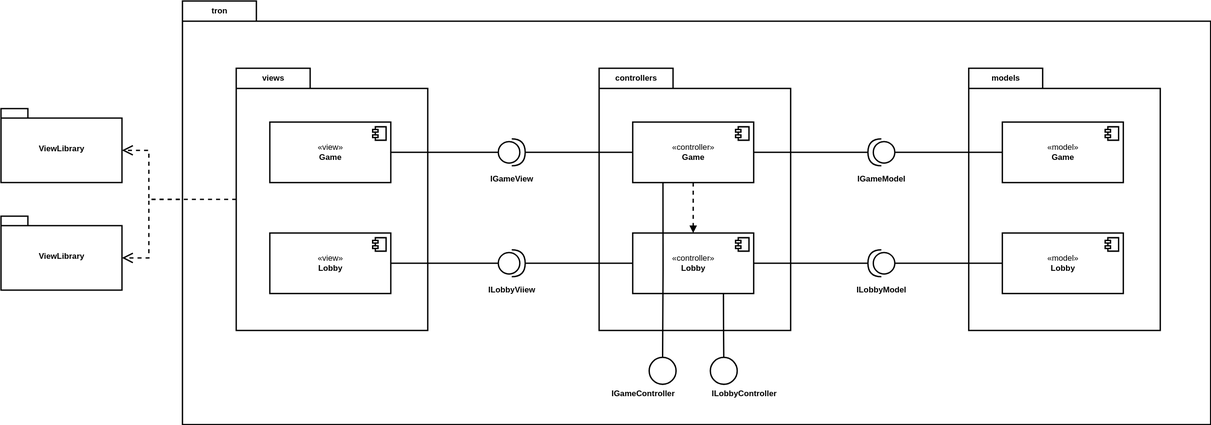
Above: docs/diagrams/application/ComponentDiagram.drawio.svg in HaniAlshikh/tron (draw.io), before the change. Source tidied: cells renumbered, new cells last; positions are measured from the earlier drawing's top-left corner, leaving out a move shared by most shapes.
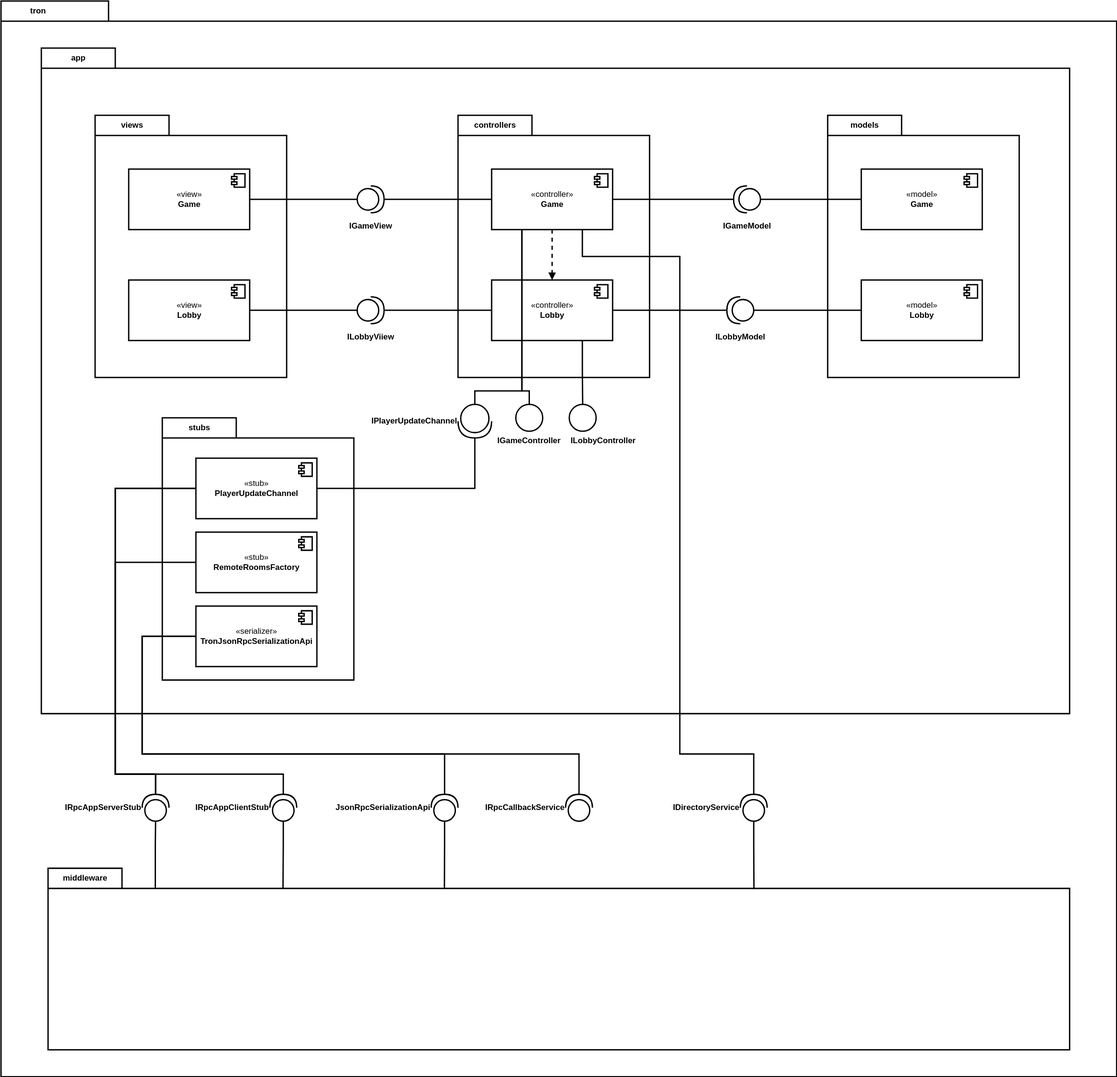
The same diagram one commit later.

Commit message:
Reworked Application Docs and added more Diagrams

What changed in the source:
```diff
@@ -2,16 +2,16 @@
   <root>
     <mxCell id="0" />
     <mxCell id="1" parent="0" />
-    <mxCell id="2" style="edgeStyle=orthogonalEdgeStyle;rounded=0;html=1;entryX=0;entryY=0;entryDx=180;entryDy=62;entryPerimeter=0;dashed=1;endArrow=open;endSize=12;strokeWidth=2;" parent="1" edge="1" source="4" target="36">
-      <mxGeometry relative="1" as="geometry">
-        <Array as="points">
-          <mxPoint x="220" y="295" />
-          <mxPoint x="220" y="222" />
-        </Array>
-      </mxGeometry>
-    </mxCell>
+    <mxCell id="39" value="tron" style="shape=folder;fontStyle=1;tabWidth=110;tabHeight=30;tabPosition=left;html=1;boundedLbl=1;labelInHeader=1;strokeWidth=2;" parent="1" vertex="1">
+      <mxGeometry x="10" y="740" width="1660" height="1600" as="geometry" />
+    </mxCell>
+    <mxCell id="40" style="edgeStyle=orthogonalEdgeStyle;rounded=0;html=1;entryX=0.5;entryY=0;entryDx=0;entryDy=0;endArrow=block;endFill=1;strokeWidth=2;dashed=1;" parent="39" edge="1">
+      <mxGeometry relative="1" as="geometry">
+        <mxPoint x="140" y="245" as="targetPoint" />
+      </mxGeometry>
+    </mxCell>
-    <mxCell id="3" value="tron" style="shape=folder;fontStyle=1;tabWidth=110;tabHeight=30;tabPosition=left;html=1;boundedLbl=1;labelInHeader=1;strokeWidth=2;" parent="1" vertex="1">
-      <mxGeometry x="270" width="1530" height="630" as="geometry" />
+    <mxCell id="3" value="app" style="shape=folder;fontStyle=1;tabWidth=110;tabHeight=30;tabPosition=left;html=1;boundedLbl=1;labelInHeader=1;strokeWidth=2;" parent="39" vertex="1">
+      <mxGeometry x="60" y="70" width="1530" height="990" as="geometry" />
     </mxCell>
     <mxCell id="4" value="views" style="shape=folder;fontStyle=1;tabWidth=110;tabHeight=30;tabPosition=left;html=1;boundedLbl=1;labelInHeader=1;strokeWidth=2;" parent="3" vertex="1">
       <mxGeometry x="80" y="100" width="285" height="390" as="geometry" />
@@ -82,11 +82,16 @@
     <mxCell id="22" style="edgeStyle=orthogonalEdgeStyle;rounded=0;html=1;entryX=0;entryY=0.5;entryDx=0;entryDy=0;entryPerimeter=0;endArrow=none;endFill=0;strokeWidth=2;" parent="3" edge="1" source="5" target="20">
       <mxGeometry relative="1" as="geometry" />
     </mxCell>
-    <mxCell id="23" value="&lt;b&gt;IGameController&lt;/b&gt;" style="ellipse;whiteSpace=wrap;html=1;strokeWidth=2;verticalAlign=top;labelPosition=center;verticalLabelPosition=bottom;align=right;" parent="3" vertex="1">
-      <mxGeometry x="694.5" y="530" width="40" height="40" as="geometry" />
+    <mxCell id="23" value="&lt;b&gt;IGameController&lt;/b&gt;" style="ellipse;whiteSpace=wrap;html=1;strokeWidth=2;verticalAlign=top;labelPosition=center;verticalLabelPosition=bottom;align=center;" parent="3" vertex="1">
+      <mxGeometry x="706" y="530" width="40" height="40" as="geometry" />
     </mxCell>
     <mxCell id="24" style="edgeStyle=orthogonalEdgeStyle;rounded=0;html=1;entryX=0.5;entryY=0;entryDx=0;entryDy=0;endArrow=none;endFill=0;strokeWidth=2;exitX=0.25;exitY=1;exitDx=0;exitDy=0;" parent="3" edge="1" source="11" target="23">
-      <mxGeometry relative="1" as="geometry" />
+      <mxGeometry relative="1" as="geometry">
+        <Array as="points">
+          <mxPoint x="715" y="510" />
+          <mxPoint x="726" y="510" />
+        </Array>
+      </mxGeometry>
     </mxCell>
     <mxCell id="25" value="&lt;b&gt;ILobbyController&lt;/b&gt;" style="ellipse;whiteSpace=wrap;html=1;strokeWidth=2;verticalAlign=top;labelPosition=center;verticalLabelPosition=bottom;align=left;" parent="3" vertex="1">
       <mxGeometry x="785.5" y="530" width="40" height="40" as="geometry" />
@@ -94,46 +99,158 @@
     <mxCell id="26" style="edgeStyle=orthogonalEdgeStyle;rounded=0;html=1;entryX=0.5;entryY=0;entryDx=0;entryDy=0;endArrow=none;endFill=0;strokeWidth=2;exitX=0.75;exitY=1;exitDx=0;exitDy=0;" parent="3" edge="1" source="13" target="25">
       <mxGeometry relative="1" as="geometry" />
     </mxCell>
-    <mxCell id="27" value="&lt;b&gt;IGameModel&lt;/b&gt;" style="shape=providedRequiredInterface;html=1;verticalLabelPosition=bottom;strokeWidth=2;direction=west;" parent="1" vertex="1">
-      <mxGeometry x="1290" y="205" width="40" height="40" as="geometry" />
-    </mxCell>
-    <mxCell id="28" value="&lt;b&gt;ILobbyViiew&lt;/b&gt;" style="shape=providedRequiredInterface;html=1;verticalLabelPosition=bottom;strokeWidth=2;direction=east;" parent="1" vertex="1">
-      <mxGeometry x="740" y="370" width="40" height="40" as="geometry" />
+    <mxCell id="28" value="&lt;b&gt;ILobbyViiew&lt;/b&gt;" style="shape=providedRequiredInterface;html=1;verticalLabelPosition=bottom;strokeWidth=2;direction=east;" parent="3" vertex="1">
+      <mxGeometry x="470" y="370" width="40" height="40" as="geometry" />
     </mxCell>
-    <mxCell id="29" style="edgeStyle=orthogonalEdgeStyle;rounded=0;html=1;entryX=0;entryY=0.5;entryDx=0;entryDy=0;entryPerimeter=0;endArrow=none;endFill=0;strokeWidth=2;" parent="1" edge="1" source="7" target="28">
+    <mxCell id="29" style="edgeStyle=orthogonalEdgeStyle;rounded=0;html=1;entryX=0;entryY=0.5;entryDx=0;entryDy=0;entryPerimeter=0;endArrow=none;endFill=0;strokeWidth=2;" parent="3" edge="1" source="7" target="28">
       <mxGeometry relative="1" as="geometry" />
     </mxCell>
-    <mxCell id="30" style="edgeStyle=orthogonalEdgeStyle;rounded=0;html=1;entryX=1;entryY=0.5;entryDx=0;entryDy=0;entryPerimeter=0;endArrow=none;endFill=0;strokeWidth=2;" parent="1" edge="1" source="13" target="28">
+    <mxCell id="30" style="edgeStyle=orthogonalEdgeStyle;rounded=0;html=1;entryX=1;entryY=0.5;entryDx=0;entryDy=0;entryPerimeter=0;endArrow=none;endFill=0;strokeWidth=2;" parent="3" edge="1" source="13" target="28">
       <mxGeometry relative="1" as="geometry" />
     </mxCell>
-    <mxCell id="31" style="edgeStyle=orthogonalEdgeStyle;rounded=0;html=1;entryX=1;entryY=0.5;entryDx=0;entryDy=0;entryPerimeter=0;endArrow=none;endFill=0;strokeWidth=2;" parent="1" edge="1" source="11" target="27">
-      <mxGeometry relative="1" as="geometry" />
-    </mxCell>
-    <mxCell id="32" style="edgeStyle=orthogonalEdgeStyle;rounded=0;html=1;entryX=0;entryY=0.5;entryDx=0;entryDy=0;entryPerimeter=0;endArrow=none;endFill=0;strokeWidth=2;" parent="1" edge="1" source="16" target="27">
-      <mxGeometry relative="1" as="geometry" />
-    </mxCell>
-    <mxCell id="33" value="&lt;b&gt;ILobbyModel&lt;/b&gt;" style="shape=providedRequiredInterface;html=1;verticalLabelPosition=bottom;strokeWidth=2;direction=west;" parent="1" vertex="1">
-      <mxGeometry x="1290" y="370" width="40" height="40" as="geometry" />
+    <mxCell id="33" value="&lt;b&gt;ILobbyModel&lt;/b&gt;" style="shape=providedRequiredInterface;html=1;verticalLabelPosition=bottom;strokeWidth=2;direction=west;" parent="3" vertex="1">
+      <mxGeometry x="1020" y="370" width="40" height="40" as="geometry" />
     </mxCell>
-    <mxCell id="34" style="edgeStyle=orthogonalEdgeStyle;rounded=0;html=1;entryX=0;entryY=0.5;entryDx=0;entryDy=0;entryPerimeter=0;endArrow=none;endFill=0;strokeWidth=2;" parent="1" edge="1" source="18" target="33">
+    <mxCell id="34" style="edgeStyle=orthogonalEdgeStyle;rounded=0;html=1;entryX=0;entryY=0.5;entryDx=0;entryDy=0;entryPerimeter=0;endArrow=none;endFill=0;strokeWidth=2;" parent="3" edge="1" source="18" target="33">
       <mxGeometry relative="1" as="geometry" />
     </mxCell>
-    <mxCell id="35" style="edgeStyle=orthogonalEdgeStyle;rounded=0;html=1;entryX=1;entryY=0.5;entryDx=0;entryDy=0;entryPerimeter=0;endArrow=none;endFill=0;strokeWidth=2;" parent="1" edge="1" source="13" target="33">
+    <mxCell id="35" style="edgeStyle=orthogonalEdgeStyle;rounded=0;html=1;entryX=1;entryY=0.5;entryDx=0;entryDy=0;entryPerimeter=0;endArrow=none;endFill=0;strokeWidth=2;" parent="3" edge="1" source="13" target="33">
       <mxGeometry relative="1" as="geometry" />
     </mxCell>
-    <mxCell id="36" value="ViewLibrary" style="shape=folder;fontStyle=1;spacingTop=10;tabWidth=40;tabHeight=14;tabPosition=left;html=1;strokeWidth=2;align=center;verticalAlign=middle;" parent="1" vertex="1">
-      <mxGeometry y="160" width="180" height="110" as="geometry" />
-    </mxCell>
-    <mxCell id="37" value="ViewLibrary" style="shape=folder;fontStyle=1;spacingTop=10;tabWidth=40;tabHeight=14;tabPosition=left;html=1;strokeWidth=2;align=center;verticalAlign=middle;" parent="1" vertex="1">
-      <mxGeometry y="320" width="180" height="110" as="geometry" />
-    </mxCell>
-    <mxCell id="38" style="edgeStyle=orthogonalEdgeStyle;rounded=0;html=1;entryX=0;entryY=0;entryDx=180;entryDy=62;entryPerimeter=0;dashed=1;endArrow=open;endSize=12;strokeWidth=2;" parent="1" edge="1" source="4" target="37">
-      <mxGeometry relative="1" as="geometry">
-        <Array as="points">
-          <mxPoint x="220" y="295" />
-          <mxPoint x="220" y="382" />
-        </Array>
-      </mxGeometry>
-    </mxCell>
+    <mxCell id="27" value="&lt;b&gt;IGameModel&lt;/b&gt;" style="shape=providedRequiredInterface;html=1;verticalLabelPosition=bottom;strokeWidth=2;direction=west;" parent="3" vertex="1">
+      <mxGeometry x="1030" y="205" width="40" height="40" as="geometry" />
+    </mxCell>
+    <mxCell id="31" style="edgeStyle=orthogonalEdgeStyle;rounded=0;html=1;entryX=1;entryY=0.5;entryDx=0;entryDy=0;entryPerimeter=0;endArrow=none;endFill=0;strokeWidth=2;" parent="3" edge="1" source="11" target="27">
+      <mxGeometry relative="1" as="geometry" />
+    </mxCell>
+    <mxCell id="32" style="edgeStyle=orthogonalEdgeStyle;rounded=0;html=1;entryX=0;entryY=0.5;entryDx=0;entryDy=0;entryPerimeter=0;endArrow=none;endFill=0;strokeWidth=2;" parent="3" edge="1" source="16" target="27">
+      <mxGeometry relative="1" as="geometry" />
+    </mxCell>
+    <mxCell id="41" value="stubs" style="shape=folder;fontStyle=1;tabWidth=110;tabHeight=30;tabPosition=left;html=1;boundedLbl=1;labelInHeader=1;strokeWidth=2;" parent="3" vertex="1">
+      <mxGeometry x="180" y="550" width="285" height="390" as="geometry" />
+    </mxCell>
+    <mxCell id="42" value="«stub»&lt;b&gt;&lt;br&gt;&lt;/b&gt;&lt;b&gt;PlayerUpdateChannel&lt;/b&gt;&lt;b&gt;&lt;br&gt;&lt;/b&gt;" style="html=1;strokeWidth=2;align=center;verticalAlign=middle;" parent="41" vertex="1">
+      <mxGeometry x="50" y="60" width="180" height="90" as="geometry" />
+    </mxCell>
+    <mxCell id="43" style="shape=module;jettyWidth=8;jettyHeight=4;strokeWidth=2;align=center;verticalAlign=middle;" parent="42" vertex="1">
+      <mxGeometry x="1" width="20" height="20" relative="1" as="geometry">
+        <mxPoint x="-27" y="7" as="offset" />
+      </mxGeometry>
+    </mxCell>
+    <mxCell id="44" value="«stub»&lt;br&gt;&lt;b&gt;RemoteRoomsFactory&lt;/b&gt;" style="html=1;strokeWidth=2;align=center;verticalAlign=middle;" parent="41" vertex="1">
+      <mxGeometry x="50" y="170" width="180" height="90" as="geometry" />
+    </mxCell>
+    <mxCell id="45" style="shape=module;jettyWidth=8;jettyHeight=4;strokeWidth=2;align=center;verticalAlign=middle;" parent="44" vertex="1">
+      <mxGeometry x="1" width="20" height="20" relative="1" as="geometry">
+        <mxPoint x="-27" y="7" as="offset" />
+      </mxGeometry>
+    </mxCell>
+    <mxCell id="46" value="«serializer»&lt;br&gt;&lt;b&gt;TronJsonRpcSerializationApi&lt;/b&gt;" style="html=1;strokeWidth=2;align=center;verticalAlign=middle;" parent="41" vertex="1">
+      <mxGeometry x="50" y="280" width="180" height="90" as="geometry" />
+    </mxCell>
+    <mxCell id="47" style="shape=module;jettyWidth=8;jettyHeight=4;strokeWidth=2;align=center;verticalAlign=middle;" parent="46" vertex="1">
+      <mxGeometry x="1" width="20" height="20" relative="1" as="geometry">
+        <mxPoint x="-27" y="7" as="offset" />
+      </mxGeometry>
+    </mxCell>
+    <mxCell id="48" style="edgeStyle=orthogonalEdgeStyle;shape=connector;rounded=0;html=1;labelBackgroundColor=default;fontFamily=Helvetica;fontSize=11;fontColor=default;endArrow=none;endFill=0;strokeColor=default;strokeWidth=2;exitX=0.25;exitY=1;exitDx=0;exitDy=0;entryX=0;entryY=0.5;entryDx=0;entryDy=0;entryPerimeter=0;" parent="3" edge="1" source="11" target="49">
+      <mxGeometry relative="1" as="geometry">
+        <Array as="points">
+          <mxPoint x="715" y="510" />
+          <mxPoint x="645" y="510" />
+        </Array>
+      </mxGeometry>
+    </mxCell>
+    <mxCell id="49" value="&lt;b&gt;IPlayerUpdateChannel&amp;nbsp;&amp;nbsp;&lt;/b&gt;" style="shape=providedRequiredInterface;html=1;verticalLabelPosition=middle;strokeWidth=2;direction=north;flipV=1;flipH=1;labelPosition=left;align=right;verticalAlign=middle;" parent="3" vertex="1">
+      <mxGeometry x="620" y="530" width="50" height="50" as="geometry" />
+    </mxCell>
+    <mxCell id="50" style="edgeStyle=orthogonalEdgeStyle;shape=connector;rounded=0;html=1;entryX=1;entryY=0.5;entryDx=0;entryDy=0;entryPerimeter=0;labelBackgroundColor=default;fontFamily=Helvetica;fontSize=11;fontColor=default;endArrow=none;endFill=0;strokeColor=default;strokeWidth=2;" parent="3" edge="1" source="42" target="49">
+      <mxGeometry relative="1" as="geometry" />
+    </mxCell>
+    <mxCell id="51" style="edgeStyle=orthogonalEdgeStyle;html=1;entryX=1;entryY=0.5;entryDx=0;entryDy=0;entryPerimeter=0;strokeWidth=2;rounded=0;exitX=0;exitY=0.5;exitDx=0;exitDy=0;endArrow=none;endFill=0;" parent="39" edge="1" source="42" target="54">
+      <mxGeometry relative="1" as="geometry">
+        <Array as="points">
+          <mxPoint x="170" y="725" />
+          <mxPoint x="170" y="1150" />
+          <mxPoint x="230" y="1150" />
+        </Array>
+      </mxGeometry>
+    </mxCell>
+    <mxCell id="52" style="edgeStyle=orthogonalEdgeStyle;shape=connector;rounded=0;html=1;entryX=0;entryY=0.5;entryDx=0;entryDy=0;entryPerimeter=0;labelBackgroundColor=default;fontFamily=Helvetica;fontSize=11;fontColor=default;endArrow=none;endFill=0;strokeColor=default;strokeWidth=2;exitX=0.105;exitY=0.112;exitDx=0;exitDy=0;exitPerimeter=0;" parent="39" edge="1" source="53" target="54">
+      <mxGeometry relative="1" as="geometry" />
+    </mxCell>
+    <mxCell id="53" value="middleware" style="shape=folder;fontStyle=1;tabWidth=110;tabHeight=30;tabPosition=left;html=1;boundedLbl=1;labelInHeader=1;strokeWidth=2;" parent="39" vertex="1">
+      <mxGeometry x="70" y="1290" width="1520" height="270" as="geometry" />
+    </mxCell>
+    <mxCell id="54" value="&lt;b&gt;IRpcAppServerStub&amp;nbsp;&lt;/b&gt;" style="shape=providedRequiredInterface;html=1;verticalLabelPosition=middle;strokeWidth=2;direction=north;labelPosition=left;align=right;verticalAlign=middle;" parent="39" vertex="1">
+      <mxGeometry x="210" y="1180" width="40" height="40" as="geometry" />
+    </mxCell>
+    <mxCell id="55" style="edgeStyle=orthogonalEdgeStyle;shape=connector;rounded=0;html=1;labelBackgroundColor=default;fontFamily=Helvetica;fontSize=11;fontColor=default;endArrow=none;endFill=0;strokeColor=default;strokeWidth=2;entryX=0.388;entryY=0.114;entryDx=0;entryDy=0;entryPerimeter=0;" parent="39" edge="1" source="56" target="53">
+      <mxGeometry relative="1" as="geometry" />
+    </mxCell>
+    <mxCell id="56" value="&lt;b&gt;JsonRpcSerializationApi&amp;nbsp;&amp;nbsp;&lt;/b&gt;" style="shape=providedRequiredInterface;html=1;verticalLabelPosition=middle;strokeWidth=2;direction=north;labelPosition=left;align=right;verticalAlign=middle;" parent="39" vertex="1">
+      <mxGeometry x="640" y="1180" width="40" height="40" as="geometry" />
+    </mxCell>
+    <mxCell id="57" style="edgeStyle=orthogonalEdgeStyle;shape=connector;rounded=0;html=1;entryX=0.23;entryY=0.114;entryDx=0;entryDy=0;entryPerimeter=0;labelBackgroundColor=default;fontFamily=Helvetica;fontSize=11;fontColor=default;endArrow=none;endFill=0;strokeColor=default;strokeWidth=2;" parent="39" edge="1" source="58" target="53">
+      <mxGeometry relative="1" as="geometry" />
+    </mxCell>
+    <mxCell id="58" value="&lt;b&gt;IRpcAppClientStub&amp;nbsp;&lt;/b&gt;" style="shape=providedRequiredInterface;html=1;verticalLabelPosition=middle;strokeWidth=2;direction=north;labelPosition=left;align=right;verticalAlign=middle;" parent="39" vertex="1">
+      <mxGeometry x="400" y="1180" width="40" height="40" as="geometry" />
+    </mxCell>
+    <mxCell id="59" style="edgeStyle=orthogonalEdgeStyle;shape=connector;rounded=0;html=1;entryX=1;entryY=0.5;entryDx=0;entryDy=0;entryPerimeter=0;labelBackgroundColor=default;fontFamily=Helvetica;fontSize=11;fontColor=default;endArrow=none;endFill=0;strokeColor=default;strokeWidth=2;exitX=0;exitY=0.5;exitDx=0;exitDy=0;" parent="39" edge="1" source="42" target="58">
+      <mxGeometry relative="1" as="geometry">
+        <Array as="points">
+          <mxPoint x="170" y="725" />
+          <mxPoint x="170" y="1150" />
+          <mxPoint x="420" y="1150" />
+        </Array>
+      </mxGeometry>
+    </mxCell>
+    <mxCell id="60" style="edgeStyle=orthogonalEdgeStyle;shape=connector;rounded=0;html=1;entryX=1;entryY=0.5;entryDx=0;entryDy=0;entryPerimeter=0;labelBackgroundColor=default;fontFamily=Helvetica;fontSize=11;fontColor=default;endArrow=none;endFill=0;strokeColor=default;strokeWidth=2;" parent="39" edge="1" source="44" target="54">
+      <mxGeometry relative="1" as="geometry">
+        <Array as="points">
+          <mxPoint x="170" y="835" />
+          <mxPoint x="170" y="1150" />
+          <mxPoint x="230" y="1150" />
+        </Array>
+      </mxGeometry>
+    </mxCell>
+    <mxCell id="61" style="edgeStyle=orthogonalEdgeStyle;shape=connector;rounded=0;html=1;entryX=0.691;entryY=0.116;entryDx=0;entryDy=0;entryPerimeter=0;labelBackgroundColor=default;fontFamily=Helvetica;fontSize=11;fontColor=default;endArrow=none;endFill=0;strokeColor=default;strokeWidth=2;" parent="39" edge="1" source="63" target="53">
+      <mxGeometry relative="1" as="geometry" />
+    </mxCell>
+    <mxCell id="62" style="edgeStyle=orthogonalEdgeStyle;shape=connector;rounded=0;html=1;entryX=0.75;entryY=1;entryDx=0;entryDy=0;labelBackgroundColor=default;fontFamily=Helvetica;fontSize=11;fontColor=default;endArrow=none;endFill=0;strokeColor=default;strokeWidth=2;" parent="39" edge="1" source="63" target="11">
+      <mxGeometry relative="1" as="geometry">
+        <Array as="points">
+          <mxPoint x="1120" y="1120" />
+          <mxPoint x="1010" y="1120" />
+          <mxPoint x="1010" y="380" />
+          <mxPoint x="865" y="380" />
+        </Array>
+      </mxGeometry>
+    </mxCell>
+    <mxCell id="63" value="&lt;b&gt;IDirectoryService&amp;nbsp;&amp;nbsp;&lt;/b&gt;" style="shape=providedRequiredInterface;html=1;verticalLabelPosition=middle;strokeWidth=2;direction=north;labelPosition=left;align=right;verticalAlign=middle;" parent="39" vertex="1">
+      <mxGeometry x="1100" y="1180" width="40" height="40" as="geometry" />
+    </mxCell>
+    <mxCell id="64" style="edgeStyle=orthogonalEdgeStyle;shape=connector;rounded=0;html=1;entryX=1;entryY=0.5;entryDx=0;entryDy=0;entryPerimeter=0;labelBackgroundColor=default;fontFamily=Helvetica;fontSize=11;fontColor=default;endArrow=none;endFill=0;strokeColor=default;strokeWidth=2;exitX=0;exitY=0.5;exitDx=0;exitDy=0;" parent="39" edge="1" source="46" target="56">
+      <mxGeometry relative="1" as="geometry">
+        <Array as="points">
+          <mxPoint x="210" y="945" />
+          <mxPoint x="210" y="1120" />
+          <mxPoint x="660" y="1120" />
+        </Array>
+      </mxGeometry>
+    </mxCell>
+    <mxCell id="65" style="edgeStyle=orthogonalEdgeStyle;shape=connector;rounded=0;html=1;entryX=0;entryY=0.5;entryDx=0;entryDy=0;labelBackgroundColor=default;fontFamily=Helvetica;fontSize=11;fontColor=default;endArrow=none;endFill=0;strokeColor=default;strokeWidth=2;" parent="39" edge="1" source="66" target="46">
+      <mxGeometry relative="1" as="geometry">
+        <Array as="points">
+          <mxPoint x="860" y="1120" />
+          <mxPoint x="210" y="1120" />
+          <mxPoint x="210" y="945" />
+        </Array>
+      </mxGeometry>
+    </mxCell>
+    <mxCell id="66" value="&lt;b&gt;IRpcCallbackService&amp;nbsp;&amp;nbsp;&lt;/b&gt;" style="shape=providedRequiredInterface;html=1;verticalLabelPosition=middle;strokeWidth=2;direction=north;labelPosition=left;align=right;verticalAlign=middle;" parent="39" vertex="1">
+      <mxGeometry x="840" y="1180" width="40" height="40" as="geometry" />
+    </mxCell>
   </root>
 </mxGraphModel>
```
